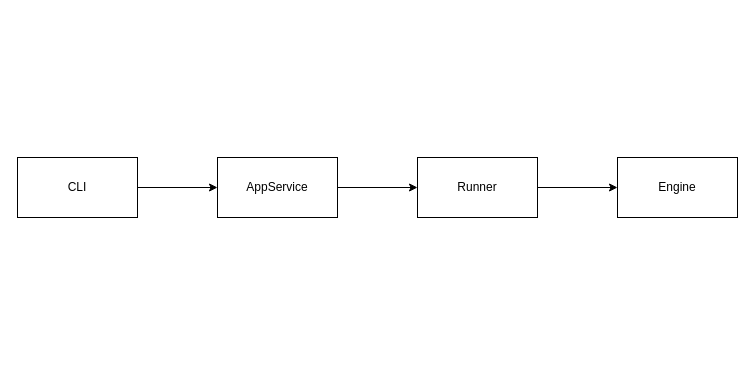
Above: page "Page-2" (2 of 2) of diagrams.drawio in alecremer/Darkroom-CV (draw.io), before the change. Source tidied: cells renumbered, new cells numbered last; positions are measured from the earlier drawing's top-left corner, leaving out a move shared by most shapes. Both pictures are drawn from the tidied source at 100%, with x=0, y=0 at pixel (17, 157).
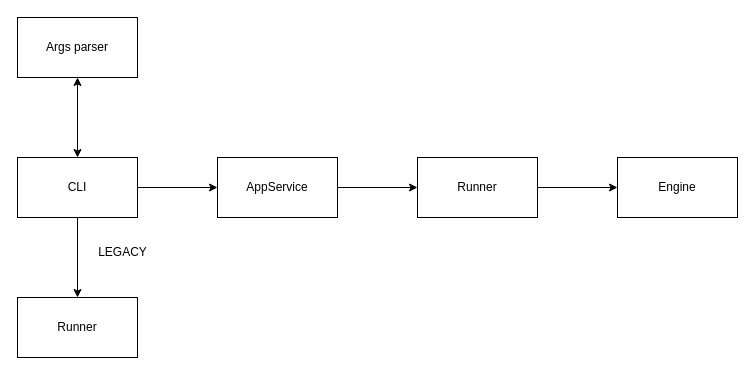
After the change.

What changed in the source:
```diff
@@
 <mxGraphModel>
   <root>
     <mxCell id="0" />
     <mxCell id="1" parent="0" />
     <mxCell id="2" style="edgeStyle=none;html=1;" parent="1" edge="1" source="3" target="5">
       <mxGeometry relative="1" as="geometry" />
     </mxCell>
+    <mxCell id="9" style="edgeStyle=none;html=1;startArrow=classic;startFill=1;" parent="1" edge="1" source="3" target="11">
+      <mxGeometry relative="1" as="geometry" />
+    </mxCell>
+    <mxCell id="10" style="edgeStyle=none;html=1;" parent="1" edge="1" source="3" target="12">
+      <mxGeometry relative="1" as="geometry" />
+    </mxCell>
     <mxCell id="3" value="CLI" style="whiteSpace=wrap;html=1;" parent="1" vertex="1">
       <mxGeometry width="120" height="60" as="geometry" />
     </mxCell>
     <mxCell id="4" style="edgeStyle=none;html=1;" parent="1" edge="1" source="5" target="7">
       <mxGeometry relative="1" as="geometry" />
     </mxCell>
     <mxCell id="5" value="AppService" style="whiteSpace=wrap;html=1;" parent="1" vertex="1">
       <mxGeometry x="200" width="120" height="60" as="geometry" />
     </mxCell>
     <mxCell id="6" style="edgeStyle=none;html=1;" parent="1" edge="1" source="7" target="8">
       <mxGeometry relative="1" as="geometry" />
     </mxCell>
     <mxCell id="7" value="Runner" style="whiteSpace=wrap;html=1;" parent="1" vertex="1">
       <mxGeometry x="400" width="120" height="60" as="geometry" />
     </mxCell>
     <mxCell id="8" value="Engine" style="whiteSpace=wrap;html=1;" parent="1" vertex="1">
       <mxGeometry x="600" width="120" height="60" as="geometry" />
     </mxCell>
+    <mxCell id="11" value="Args parser" style="whiteSpace=wrap;html=1;" parent="1" vertex="1">
+      <mxGeometry y="-140" width="120" height="60" as="geometry" />
+    </mxCell>
+    <mxCell id="12" value="Runner" style="whiteSpace=wrap;html=1;" parent="1" vertex="1">
+      <mxGeometry y="140" width="120" height="60" as="geometry" />
+    </mxCell>
+    <mxCell id="13" value="LEGACY" style="text;html=1;align=center;verticalAlign=middle;strokeColor=none;fillColor=none;" parent="1" vertex="1">
+      <mxGeometry x="70" y="80" width="70" height="30" as="geometry" />
+    </mxCell>
   </root>
 </mxGraphModel>
```
